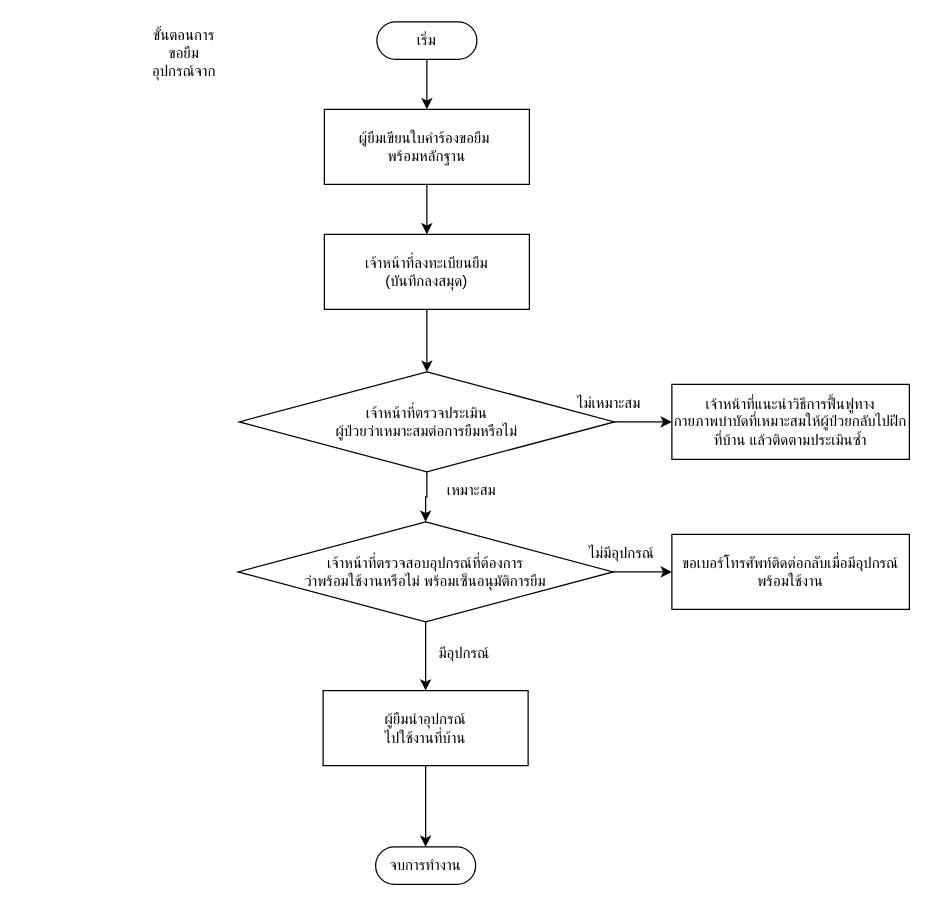
Above: cmk/old system.drawio in S-B-Tanayut/diagram_repo (draw.io), before the change. Source tidied: cells renumbered, new cells numbered last; positions are measured from the earlier drawing's top-left corner, leaving out a move shared by most shapes. Both pictures are drawn from the tidied source at 125%, with x=0, y=0 at pixel (146, 21).
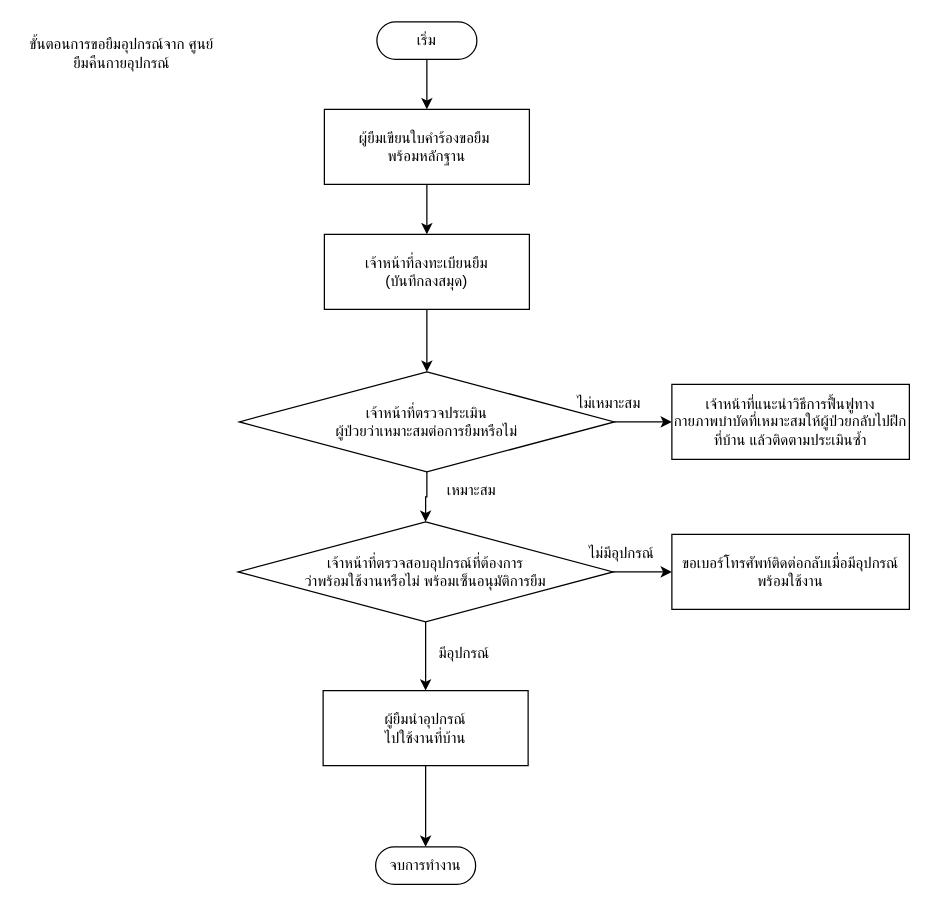
After the change.

Diff of the diagram source:
```diff
@@
-    <mxCell id="6" value="ขั้นตอนการขอยืมอุปกรณ์จาก" style="text;html=1;align=center;verticalAlign=middle;whiteSpace=wrap;rounded=0;" parent="1" vertex="1">
-      <mxGeometry y="10" width="60" height="30" as="geometry" />
+    <mxCell id="6" value="ขั้นตอนการขอยืมอุปกรณ์จาก ศูนย์ยืมคืนกายอุปกรณ์" style="text;html=1;align=center;verticalAlign=middle;whiteSpace=wrap;rounded=0;" parent="1" vertex="1">
+      <mxGeometry x="-100" y="10" width="160" height="30" as="geometry" />
     </mxCell>
```
